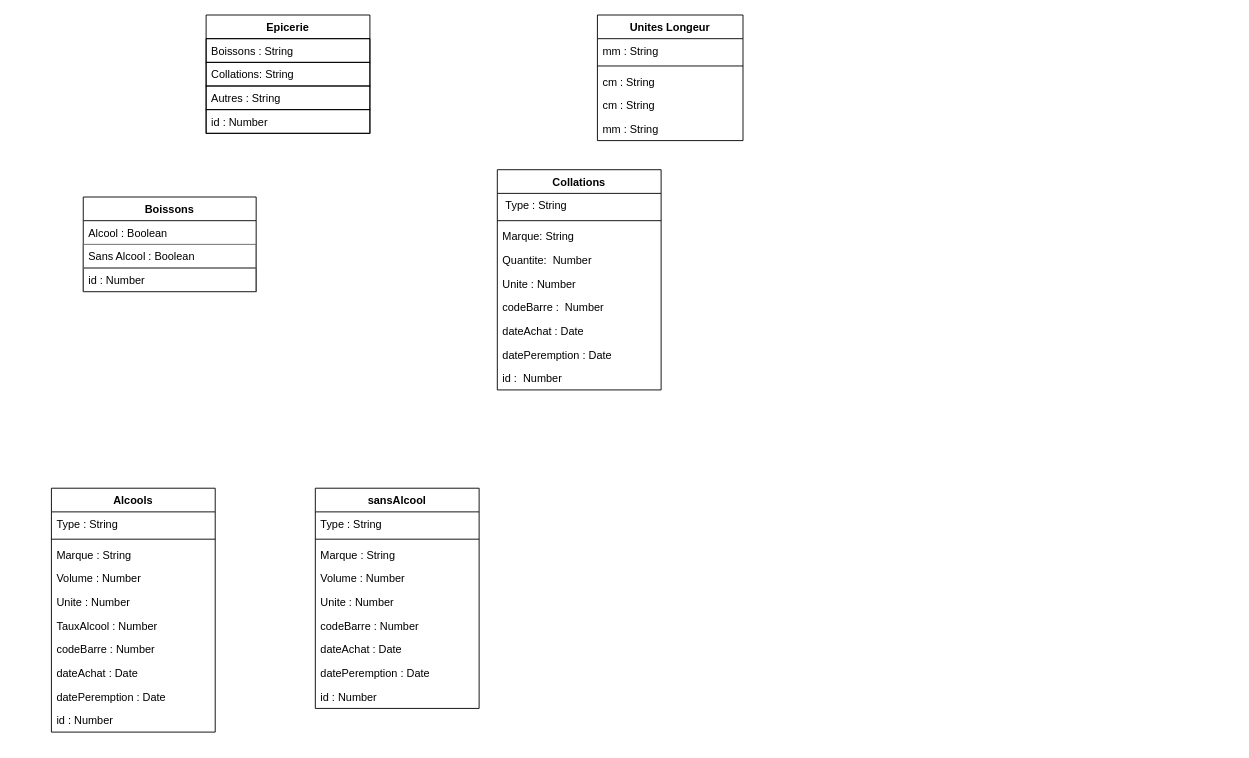
Thomas088/db-inventory-lghs keeps this draw.io diagram as Untitled Diagram.drawio. Above is the earlier version. Source tidied: cells renumbered, new cells numbered last; positions are measured from the earlier drawing's top-left corner, leaving out a move shared by most shapes. Both pictures are drawn from the tidied source at 91%, with x=0, y=0 at pixel (51, 15).
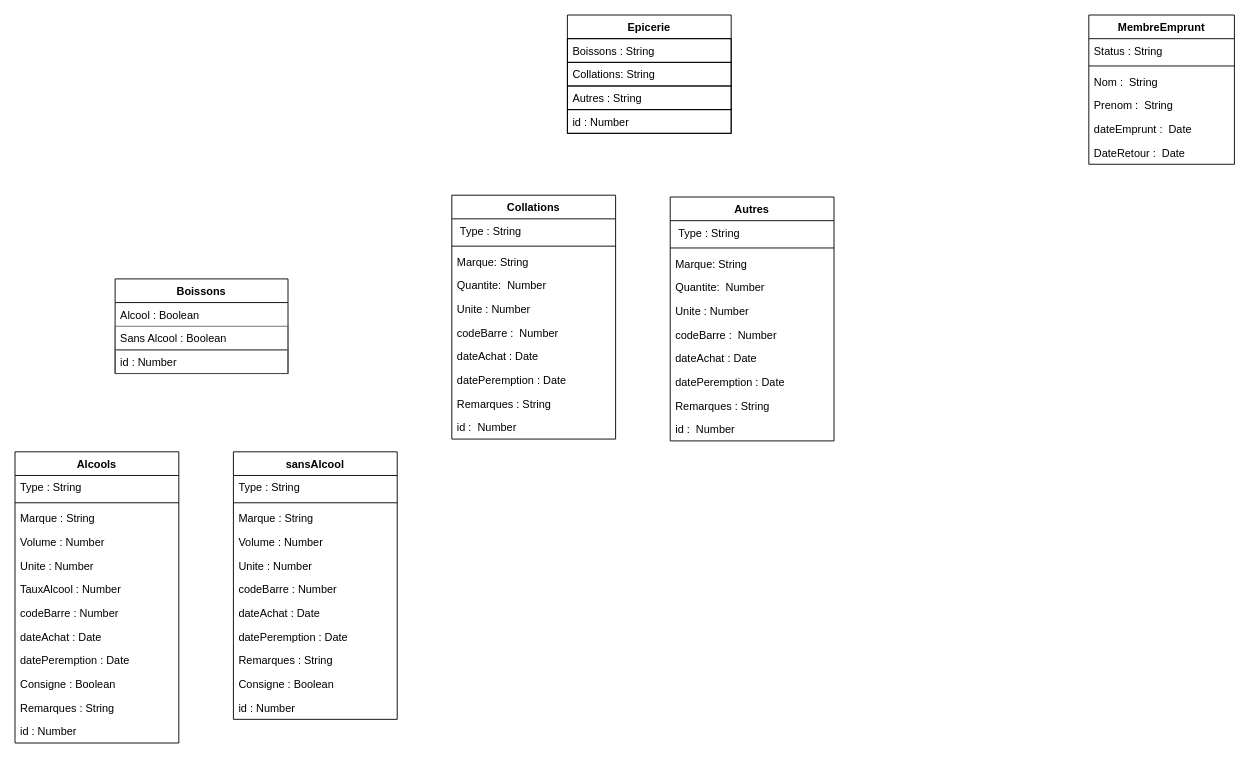
The same page after the edit.

Change to the diagram source:
```diff
@@
-    <mxCell id="2" value="Epicerie" style="swimlane;fontStyle=1;horizontal=1;startSize=26;fillColor=none;" parent="1" vertex="1">
-      <mxGeometry x="170" width="180" height="130" as="geometry" />
-    </mxCell>
-    <mxCell id="3" value="Boissons : String" style="text;strokeColor=#000000;fillColor=none;align=left;verticalAlign=top;spacingLeft=4;spacingRight=4;overflow=hidden;" parent="2" vertex="1">
-      <mxGeometry y="26" width="180" height="26" as="geometry" />
-    </mxCell>
-    <mxCell id="4" value="Collations: String" style="text;strokeColor=#000000;fillColor=none;align=left;verticalAlign=top;spacingLeft=4;spacingRight=4;overflow=hidden;" parent="2" vertex="1">
-      <mxGeometry y="52" width="180" height="26" as="geometry" />
-    </mxCell>
-    <mxCell id="5" value="Autres : String" style="text;strokeColor=#000000;fillColor=none;align=left;verticalAlign=top;spacingLeft=4;spacingRight=4;overflow=hidden;" parent="2" vertex="1">
-      <mxGeometry y="78" width="180" height="26" as="geometry" />
-    </mxCell>
-    <mxCell id="6" value="id : Number" style="text;strokeColor=#000000;fillColor=none;align=left;verticalAlign=top;spacingLeft=4;spacingRight=4;overflow=hidden;" parent="2" vertex="1">
-      <mxGeometry y="104" width="180" height="26" as="geometry" />
-    </mxCell>
-    <mxCell id="7" value="Boissons" style="swimlane;fontStyle=1;horizontal=1;startSize=26;fillColor=none;" parent="1" vertex="1">
-      <mxGeometry x="35" y="200" width="190" height="104" as="geometry" />
-    </mxCell>
-    <mxCell id="8" value="Alcool : Boolean" style="text;strokeColor=none;fillColor=none;align=left;verticalAlign=top;spacingLeft=4;spacingRight=4;overflow=hidden;" parent="7" vertex="1">
-      <mxGeometry y="26" width="190" height="26" as="geometry" />
-    </mxCell>
-    <mxCell id="9" value="Sans Alcool : Boolean" style="text;strokeColor=#666666;fillColor=none;align=left;verticalAlign=top;spacingLeft=4;spacingRight=4;overflow=hidden;" parent="7" vertex="1">
-      <mxGeometry y="52" width="190" height="26" as="geometry" />
-    </mxCell>
-    <mxCell id="10" value="id : Number" style="text;strokeColor=#4D4D4D;fillColor=none;align=left;verticalAlign=top;spacingLeft=4;spacingRight=4;overflow=hidden;" parent="7" vertex="1">
-      <mxGeometry y="78" width="190" height="26" as="geometry" />
-    </mxCell>
-    <mxCell id="11" value="Unites Longeur" style="swimlane;fontStyle=1;align=center;verticalAlign=top;horizontal=1;startSize=26;strokeColor=#000000;" parent="1" vertex="1">
-      <mxGeometry x="600" width="160" height="138" as="geometry" />
-    </mxCell>
-    <mxCell id="12" value="mm : String" style="text;strokeColor=none;fillColor=none;align=left;verticalAlign=top;spacingLeft=4;spacingRight=4;overflow=hidden;" parent="11" vertex="1">
-      <mxGeometry y="26" width="160" height="26" as="geometry" />
-    </mxCell>
-    <mxCell id="13" style="line;strokeWidth=1;fillColor=none;align=left;verticalAlign=middle;spacingTop=-1;spacingLeft=3;spacingRight=3;labelPosition=right;" parent="11" vertex="1">
-      <mxGeometry y="52" width="160" height="8" as="geometry" />
-    </mxCell>
-    <mxCell id="14" value="cm : String" style="text;strokeColor=none;fillColor=none;align=left;verticalAlign=top;spacingLeft=4;spacingRight=4;overflow=hidden;" parent="11" vertex="1">
-      <mxGeometry y="60" width="160" height="26" as="geometry" />
-    </mxCell>
-    <mxCell id="15" value="cm : String" style="text;strokeColor=none;fillColor=none;align=left;verticalAlign=top;spacingLeft=4;spacingRight=4;overflow=hidden;" parent="11" vertex="1">
-      <mxGeometry y="86" width="160" height="26" as="geometry" />
-    </mxCell>
-    <mxCell id="16" value="mm : String" style="text;strokeColor=none;fillColor=none;align=left;verticalAlign=top;spacingLeft=4;spacingRight=4;overflow=hidden;" parent="11" vertex="1">
-      <mxGeometry y="112" width="160" height="26" as="geometry" />
-    </mxCell>
     <mxCell id="17" value="Collations" style="swimlane;fontStyle=1;align=center;verticalAlign=top;horizontal=1;startSize=26;" parent="1" vertex="1">
-      <mxGeometry x="490" y="170" width="180" height="242" as="geometry" />
+      <mxGeometry x="440" y="198" width="180" height="268" as="geometry" />
     </mxCell>
@@
+    <mxCell id="48" value="Remarques : String" style="text;strokeColor=none;fillColor=none;align=left;verticalAlign=top;spacingLeft=4;spacingRight=4;overflow=hidden;" parent="17" vertex="1">
+      <mxGeometry y="216" width="180" height="26" as="geometry" />
+    </mxCell>
     <mxCell id="26" value="id :  Number" style="text;strokeColor=none;fillColor=none;align=left;verticalAlign=top;spacingLeft=4;spacingRight=4;overflow=hidden;" parent="17" vertex="1">
-      <mxGeometry y="216" width="180" height="26" as="geometry" />
+      <mxGeometry y="242" width="180" height="26" as="geometry" />
     </mxCell>
+    <mxCell id="49" value="Autres" style="swimlane;fontStyle=1;align=center;verticalAlign=top;horizontal=1;startSize=26;" parent="1" vertex="1">
+      <mxGeometry x="680" y="200" width="180" height="268" as="geometry" />
+    </mxCell>
+    <mxCell id="50" value=" Type : String" style="text;strokeColor=none;fillColor=none;align=left;verticalAlign=top;spacingLeft=4;spacingRight=4;overflow=hidden;" parent="49" vertex="1">
+      <mxGeometry y="26" width="180" height="26" as="geometry" />
+    </mxCell>
+    <mxCell id="51" style="line;strokeWidth=1;fillColor=none;align=left;verticalAlign=middle;spacingTop=-1;spacingLeft=3;spacingRight=3;labelPosition=right;" parent="49" vertex="1">
+      <mxGeometry y="52" width="180" height="8" as="geometry" />
+    </mxCell>
+    <mxCell id="52" value="Marque: String" style="text;strokeColor=none;fillColor=none;align=left;verticalAlign=top;spacingLeft=4;spacingRight=4;overflow=hidden;" parent="49" vertex="1">
+      <mxGeometry y="60" width="180" height="26" as="geometry" />
+    </mxCell>
+    <mxCell id="53" value="Quantite:  Number" style="text;strokeColor=none;fillColor=none;align=left;verticalAlign=top;spacingLeft=4;spacingRight=4;overflow=hidden;" parent="49" vertex="1">
+      <mxGeometry y="86" width="180" height="26" as="geometry" />
+    </mxCell>
+    <mxCell id="54" value="Unite : Number" style="text;strokeColor=none;fillColor=none;align=left;verticalAlign=top;spacingLeft=4;spacingRight=4;overflow=hidden;" parent="49" vertex="1">
+      <mxGeometry y="112" width="180" height="26" as="geometry" />
+    </mxCell>
+    <mxCell id="55" value="codeBarre :  Number" style="text;strokeColor=none;fillColor=none;align=left;verticalAlign=top;spacingLeft=4;spacingRight=4;overflow=hidden;" parent="49" vertex="1">
+      <mxGeometry y="138" width="180" height="26" as="geometry" />
+    </mxCell>
+    <mxCell id="56" value="dateAchat : Date" style="text;strokeColor=none;fillColor=none;align=left;verticalAlign=top;spacingLeft=4;spacingRight=4;overflow=hidden;" parent="49" vertex="1">
+      <mxGeometry y="164" width="180" height="26" as="geometry" />
+    </mxCell>
+    <mxCell id="57" value="datePeremption : Date" style="text;strokeColor=none;fillColor=none;align=left;verticalAlign=top;spacingLeft=4;spacingRight=4;overflow=hidden;" parent="49" vertex="1">
+      <mxGeometry y="190" width="180" height="26" as="geometry" />
+    </mxCell>
+    <mxCell id="58" value="Remarques : String" style="text;strokeColor=none;fillColor=none;align=left;verticalAlign=top;spacingLeft=4;spacingRight=4;overflow=hidden;" parent="49" vertex="1">
+      <mxGeometry y="216" width="180" height="26" as="geometry" />
+    </mxCell>
+    <mxCell id="59" value="id :  Number" style="text;strokeColor=none;fillColor=none;align=left;verticalAlign=top;spacingLeft=4;spacingRight=4;overflow=hidden;" parent="49" vertex="1">
+      <mxGeometry y="242" width="180" height="26" as="geometry" />
+    </mxCell>
+    <mxCell id="2" value="Epicerie" style="swimlane;fontStyle=1;horizontal=1;startSize=26;fillColor=none;" parent="1" vertex="1">
+      <mxGeometry x="567" width="180" height="130" as="geometry" />
+    </mxCell>
+    <mxCell id="3" value="Boissons : String" style="text;strokeColor=#000000;fillColor=none;align=left;verticalAlign=top;spacingLeft=4;spacingRight=4;overflow=hidden;" parent="2" vertex="1">
+      <mxGeometry y="26" width="180" height="26" as="geometry" />
+    </mxCell>
+    <mxCell id="4" value="Collations: String" style="text;strokeColor=#000000;fillColor=none;align=left;verticalAlign=top;spacingLeft=4;spacingRight=4;overflow=hidden;" parent="2" vertex="1">
+      <mxGeometry y="52" width="180" height="26" as="geometry" />
+    </mxCell>
+    <mxCell id="5" value="Autres : String" style="text;strokeColor=#000000;fillColor=none;align=left;verticalAlign=top;spacingLeft=4;spacingRight=4;overflow=hidden;" parent="2" vertex="1">
+      <mxGeometry y="78" width="180" height="26" as="geometry" />
+    </mxCell>
+    <mxCell id="6" value="id : Number" style="text;strokeColor=#000000;fillColor=none;align=left;verticalAlign=top;spacingLeft=4;spacingRight=4;overflow=hidden;" parent="2" vertex="1">
+      <mxGeometry y="104" width="180" height="26" as="geometry" />
+    </mxCell>
     <mxCell id="27" value="Alcools" style="swimlane;fontStyle=1;align=center;verticalAlign=top;horizontal=1;startSize=26;strokeColor=#000000;" parent="1" vertex="1">
-      <mxGeometry y="520" width="180" height="268" as="geometry" />
+      <mxGeometry x="-40" y="480" width="180" height="320" as="geometry" />
     </mxCell>
@@
+    <mxCell id="60" value="Consigne : Boolean" style="text;strokeColor=none;fillColor=none;align=left;verticalAlign=top;spacingLeft=4;spacingRight=4;overflow=hidden;" parent="27" vertex="1">
+      <mxGeometry y="242" width="180" height="26" as="geometry" />
+    </mxCell>
+    <mxCell id="61" value="Remarques : String" style="text;strokeColor=none;fillColor=none;align=left;verticalAlign=top;spacingLeft=4;spacingRight=4;overflow=hidden;" parent="27" vertex="1">
+      <mxGeometry y="268" width="180" height="26" as="geometry" />
+    </mxCell>
     <mxCell id="37" value="id : Number" style="text;strokeColor=none;fillColor=none;align=left;verticalAlign=top;spacingLeft=4;spacingRight=4;overflow=hidden;" parent="27" vertex="1">
-      <mxGeometry y="242" width="180" height="26" as="geometry" />
+      <mxGeometry y="294" width="180" height="26" as="geometry" />
     </mxCell>
     <mxCell id="38" value="sansAlcool" style="swimlane;fontStyle=1;align=center;verticalAlign=top;horizontal=1;startSize=26;strokeColor=#000000;" parent="1" vertex="1">
-      <mxGeometry x="290" y="520" width="180" height="242" as="geometry" />
+      <mxGeometry x="200" y="480" width="180" height="294" as="geometry" />
     </mxCell>
@@
+    <mxCell id="62" value="Remarques : String" style="text;strokeColor=none;fillColor=none;align=left;verticalAlign=top;spacingLeft=4;spacingRight=4;overflow=hidden;" parent="38" vertex="1">
+      <mxGeometry y="216" width="180" height="26" as="geometry" />
+    </mxCell>
+    <mxCell id="63" value="Consigne : Boolean" style="text;strokeColor=none;fillColor=none;align=left;verticalAlign=top;spacingLeft=4;spacingRight=4;overflow=hidden;" parent="38" vertex="1">
+      <mxGeometry y="242" width="180" height="26" as="geometry" />
+    </mxCell>
     <mxCell id="47" value="id : Number" style="text;strokeColor=none;fillColor=none;align=left;verticalAlign=top;spacingLeft=4;spacingRight=4;overflow=hidden;" parent="38" vertex="1">
-      <mxGeometry y="216" width="180" height="26" as="geometry" />
+      <mxGeometry y="268" width="180" height="26" as="geometry" />
     </mxCell>
+    <mxCell id="7" value="Boissons" style="swimlane;fontStyle=1;horizontal=1;startSize=26;fillColor=none;" parent="1" vertex="1">
+      <mxGeometry x="70" y="290" width="190" height="104" as="geometry" />
+    </mxCell>
+    <mxCell id="8" value="Alcool : Boolean" style="text;strokeColor=none;fillColor=none;align=left;verticalAlign=top;spacingLeft=4;spacingRight=4;overflow=hidden;" parent="7" vertex="1">
+      <mxGeometry y="26" width="190" height="26" as="geometry" />
+    </mxCell>
+    <mxCell id="9" value="Sans Alcool : Boolean" style="text;strokeColor=#666666;fillColor=none;align=left;verticalAlign=top;spacingLeft=4;spacingRight=4;overflow=hidden;" parent="7" vertex="1">
+      <mxGeometry y="52" width="190" height="26" as="geometry" />
+    </mxCell>
+    <mxCell id="10" value="id : Number" style="text;strokeColor=#4D4D4D;fillColor=none;align=left;verticalAlign=top;spacingLeft=4;spacingRight=4;overflow=hidden;" parent="7" vertex="1">
+      <mxGeometry y="78" width="190" height="26" as="geometry" />
+    </mxCell>
+    <mxCell id="64" value="MembreEmprunt" style="swimlane;fontStyle=1;align=center;verticalAlign=top;horizontal=1;startSize=26;" parent="1" vertex="1">
+      <mxGeometry x="1140" width="160" height="164" as="geometry" />
+    </mxCell>
+    <mxCell id="65" value="Status : String" style="text;strokeColor=none;fillColor=none;align=left;verticalAlign=top;spacingLeft=4;spacingRight=4;overflow=hidden;" parent="64" vertex="1">
+      <mxGeometry y="26" width="160" height="26" as="geometry" />
+    </mxCell>
+    <mxCell id="13" style="line;strokeWidth=1;fillColor=none;align=left;verticalAlign=middle;spacingTop=-1;spacingLeft=3;spacingRight=3;labelPosition=right;" parent="64" vertex="1">
+      <mxGeometry y="52" width="160" height="8" as="geometry" />
+    </mxCell>
+    <mxCell id="66" value="Nom :  String" style="text;strokeColor=none;fillColor=none;align=left;verticalAlign=top;spacingLeft=4;spacingRight=4;overflow=hidden;" parent="64" vertex="1">
+      <mxGeometry y="60" width="160" height="26" as="geometry" />
+    </mxCell>
+    <mxCell id="67" value="Prenom :  String" style="text;strokeColor=none;fillColor=none;align=left;verticalAlign=top;spacingLeft=4;spacingRight=4;overflow=hidden;" parent="64" vertex="1">
+      <mxGeometry y="86" width="160" height="26" as="geometry" />
+    </mxCell>
+    <mxCell id="68" value="dateEmprunt :  Date" style="text;strokeColor=none;fillColor=none;align=left;verticalAlign=top;spacingLeft=4;spacingRight=4;overflow=hidden;" parent="64" vertex="1">
+      <mxGeometry y="112" width="160" height="26" as="geometry" />
+    </mxCell>
+    <mxCell id="69" value="DateRetour :  Date" style="text;strokeColor=none;fillColor=none;align=left;verticalAlign=top;spacingLeft=4;spacingRight=4;overflow=hidden;" parent="64" vertex="1">
+      <mxGeometry y="138" width="160" height="26" as="geometry" />
+    </mxCell>
```
